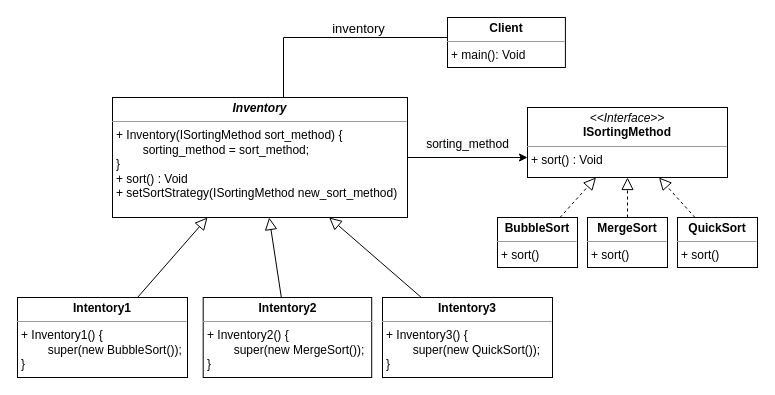
This is page "Class Diagram" (1 of 2) of Homework/HW3/draw.io-diagrams/Class-and-Sequence-Diagram.drawio from RK-MSU/ESOF-322-Software-Engineering, a draw.io file, before an edit. Source tidied: cells renumbered, new cells numbered last; positions are measured from the earlier drawing's top-left corner, leaving out a move shared by most shapes. Both pictures are drawn from the tidied source at 100%, with x=0, y=0 at pixel (17, 17).
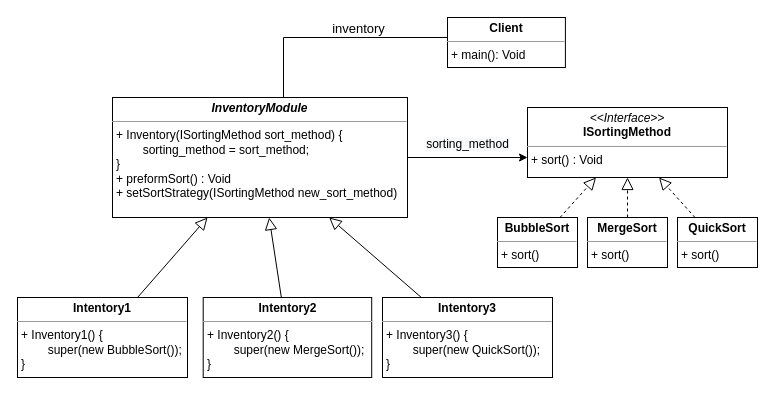
The same page after the edit.

What changed in the source:
```diff
@@
-    <mxCell id="4" value="&lt;p style=&quot;margin: 0px ; margin-top: 4px ; text-align: center&quot;&gt;&lt;b&gt;&lt;i&gt;Inventory&lt;/i&gt;&lt;/b&gt;&lt;/p&gt;&lt;hr size=&quot;1&quot;&gt;&lt;p style=&quot;margin: 0px ; margin-left: 4px&quot;&gt;+ Inventory(ISortingMethod sort_method) {&lt;/p&gt;&lt;p style=&quot;margin: 0px ; margin-left: 4px&quot;&gt;&lt;span&gt;&#9;&lt;/span&gt;&lt;span style=&quot;white-space: pre&quot;&gt;&#9;&lt;/span&gt;sorting_method = sort_method;&lt;br&gt;&lt;/p&gt;&lt;p style=&quot;margin: 0px ; margin-left: 4px&quot;&gt;}&lt;/p&gt;&lt;p style=&quot;margin: 0px 0px 0px 4px&quot;&gt;+ sort() : Void&lt;/p&gt;&lt;p style=&quot;margin: 0px 0px 0px 4px&quot;&gt;&lt;span&gt;+ &lt;/span&gt;&lt;span&gt;setSortStrategy(ISortingMethod new_sort_method)&lt;/span&gt;&lt;/p&gt;" style="verticalAlign=top;align=left;overflow=fill;fontSize=12;fontFamily=Helvetica;html=1;" parent="1" vertex="1">
+    <mxCell id="4" value="&lt;p style=&quot;margin: 0px ; margin-top: 4px ; text-align: center&quot;&gt;&lt;b&gt;&lt;i&gt;InventoryModule&lt;/i&gt;&lt;/b&gt;&lt;/p&gt;&lt;hr size=&quot;1&quot;&gt;&lt;p style=&quot;margin: 0px ; margin-left: 4px&quot;&gt;+ Inventory(ISortingMethod sort_method) {&lt;/p&gt;&lt;p style=&quot;margin: 0px ; margin-left: 4px&quot;&gt;&lt;span&gt;&#9;&lt;/span&gt;&lt;span style=&quot;white-space: pre&quot;&gt;&#9;&lt;/span&gt;sorting_method = sort_method;&lt;br&gt;&lt;/p&gt;&lt;p style=&quot;margin: 0px ; margin-left: 4px&quot;&gt;}&lt;/p&gt;&lt;p style=&quot;margin: 0px 0px 0px 4px&quot;&gt;+ preformSort() : Void&lt;/p&gt;&lt;p style=&quot;margin: 0px 0px 0px 4px&quot;&gt;&lt;span&gt;+ &lt;/span&gt;&lt;span&gt;setSortStrategy(ISortingMethod new_sort_method)&lt;/span&gt;&lt;/p&gt;" style="verticalAlign=top;align=left;overflow=fill;fontSize=12;fontFamily=Helvetica;html=1;" parent="1" vertex="1">
       <mxGeometry x="95" y="80" width="295" height="120" as="geometry" />
     </mxCell>
```
